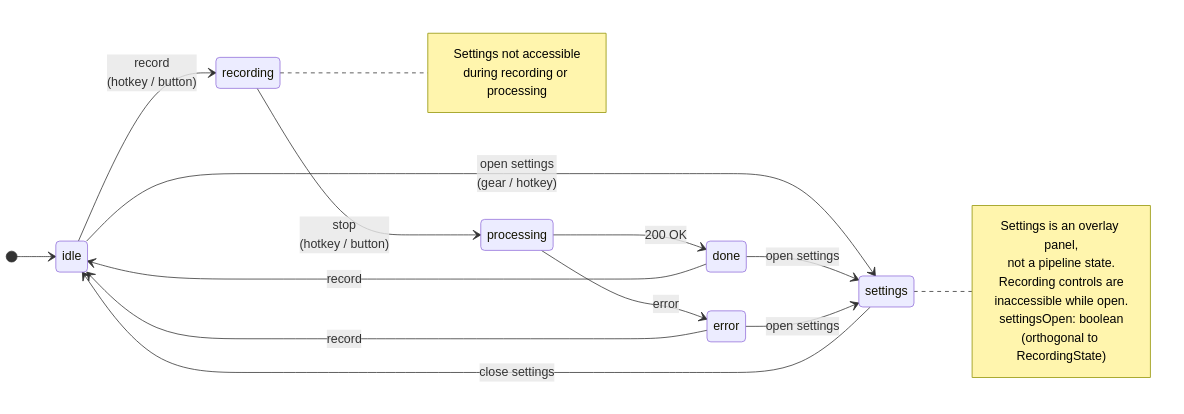
Earlier version of the Mermaid export docs/v2/presentation/images/state-machine.png (JohnYanez95/voice-scribe). Its source is kept beside it as docs/diagrams/state-machine.mmd.
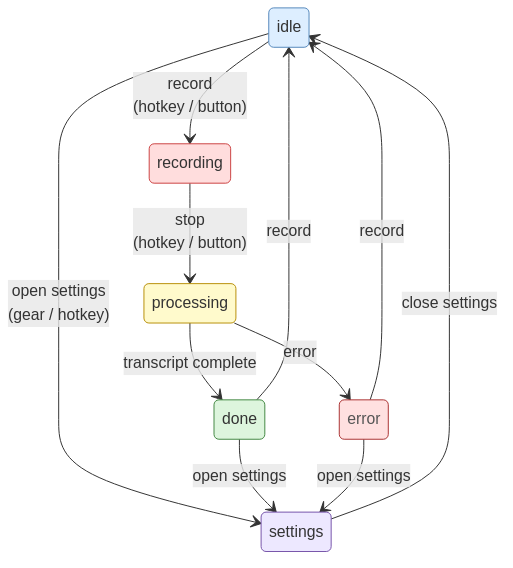
After the commit.

Commit message:
Update state machine diagram for WebSocket streaming sub-states

Add semantic color classes to all states. Add processing compound state
with connecting (spinner, text empty) and receiving (partial transcript
visible) sub-states to reflect the two-phase streaming experience.
Re-rendered PNG from updated MMD source.

The edit, as a diff of the source:
```diff
@@ -1,11 +1,27 @@
 stateDiagram-v2
     direction LR
+
+    classDef idleClass    fill:#ddeeff,stroke:#5588bb,color:#333
+    classDef activeClass  fill:#ffdddd,stroke:#cc4444,color:#333
+    classDef inflightClass fill:#fffacc,stroke:#b8900a,color:#333
+    classDef successClass fill:#ddf5dd,stroke:#448844,color:#333
+    classDef failureClass fill:#ffe0e0,stroke:#aa3333,color:#555
+    classDef uiClass      fill:#ede8ff,stroke:#7755aa,color:#333
 
     [*] --> idle
 
     idle --> recording : record<br/>(hotkey / button)
     recording --> processing : stop<br/>(hotkey / button)
-    processing --> done : 200 OK
+
+    state processing {
+        direction TB
+        [*] --> connecting
+        connecting : connecting<br/>spinner · text empty
+        receiving : receiving<br/>partial transcript visible
+        connecting --> receiving
+    }
+
+    processing --> done : transcript complete
     processing --> error : error
 
     done --> idle : record
@@ -17,15 +33,13 @@
     settings --> idle : close settings
 
     note right of settings
-        Settings is an overlay panel,
-        not a pipeline state.
-        Recording controls are
-        inaccessible while open.
+        Overlay panel — not a pipeline state.
         settingsOpen: boolean
-        (orthogonal to RecordingState)
     end note
 
-    note right of recording
-        Settings not accessible
-        during recording or processing
-    end note
+    class idle idleClass
+    class recording activeClass
+    class processing inflightClass
+    class done successClass
+    class error failureClass
+    class settings uiClass
```
